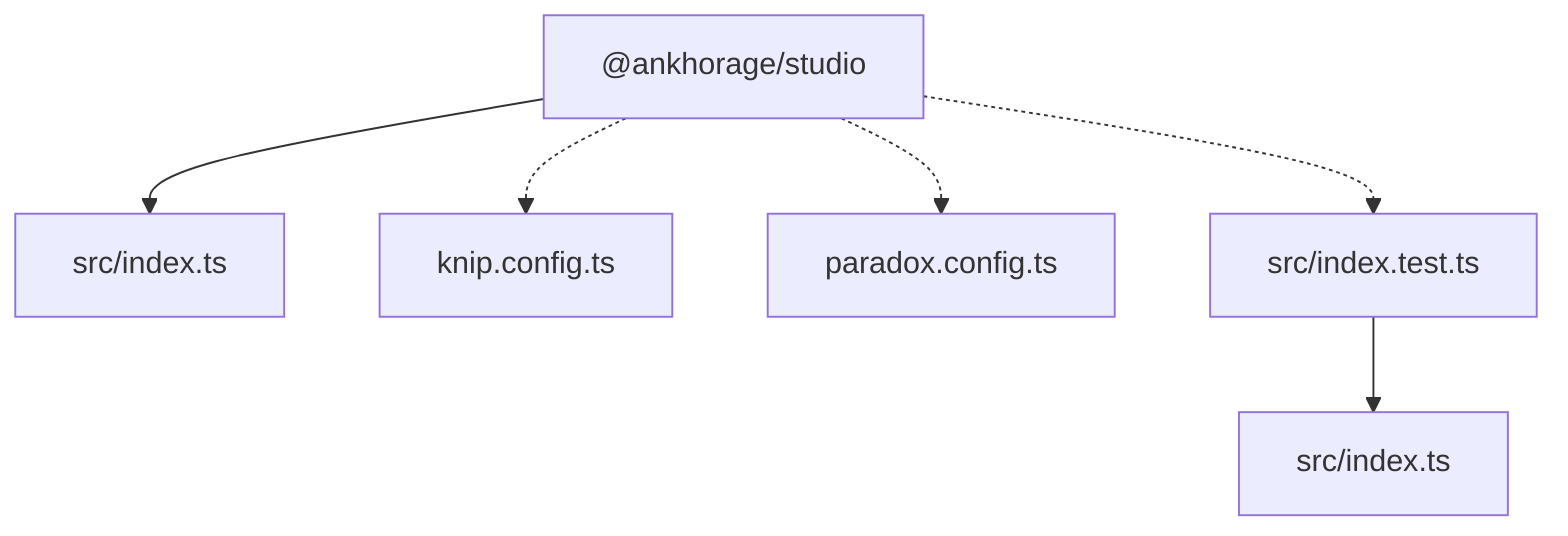
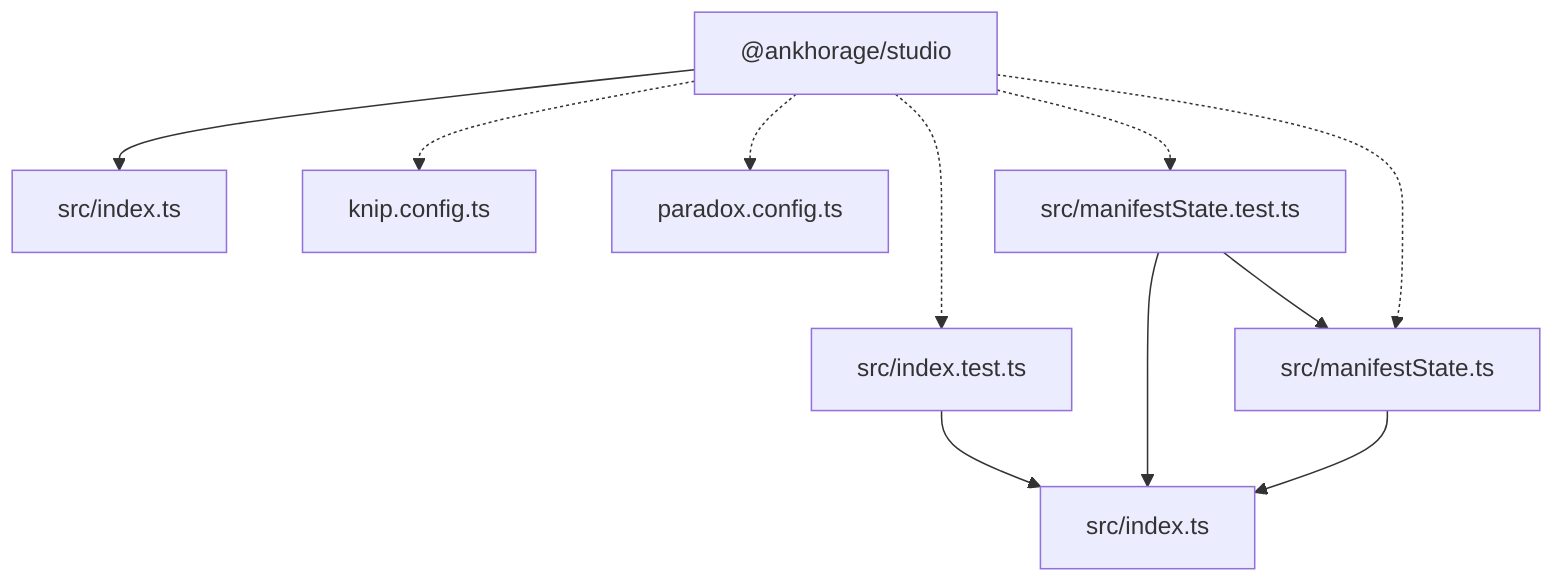
graph TD
  package__ankhorage_studio["@ankhorage/studio"]
  entrypoint_src_index_ts["src/index.ts"]
  package__ankhorage_studio --> entrypoint_src_index_ts
  module_knip_config_ts["knip.config.ts"]
  package__ankhorage_studio -.-> module_knip_config_ts
  module_paradox_config_ts["paradox.config.ts"]
  package__ankhorage_studio -.-> module_paradox_config_ts
  module_src_index_test_ts["src/index.test.ts"]
  package__ankhorage_studio -.-> module_src_index_test_ts
  module_src_index_test_ts --> module_src_index_ts
  module_src_index_ts["src/index.ts"]
+   module_src_manifestState_test_ts["src/manifestState.test.ts"]
+   package__ankhorage_studio -.-> module_src_manifestState_test_ts
+   module_src_manifestState_test_ts --> module_src_index_ts
+   module_src_manifestState_test_ts --> module_src_manifestState_ts
+   module_src_manifestState_ts["src/manifestState.ts"]
+   package__ankhorage_studio -.-> module_src_manifestState_ts
+   module_src_manifestState_ts --> module_src_index_ts
